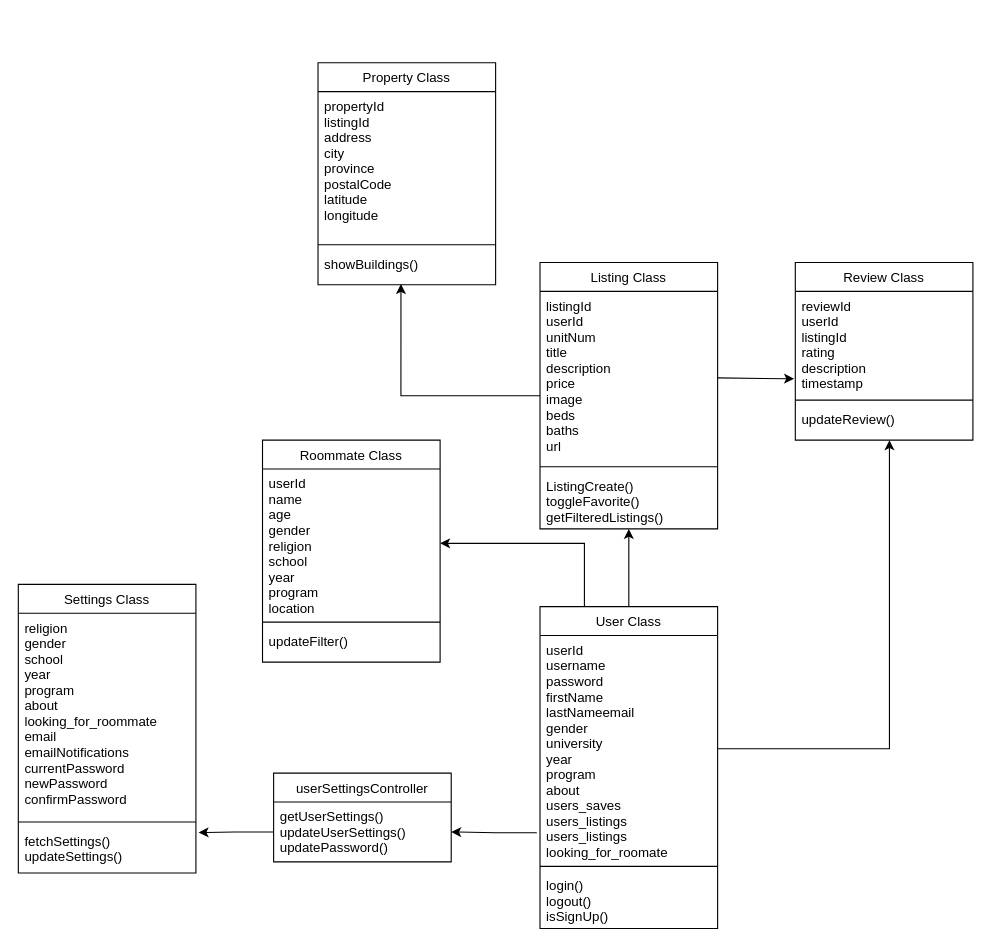
Above: User_Class.drawio in WluNest/Diagrams-and-Charts (draw.io), before the change. Source tidied: cells renumbered, new cells numbered last; positions are measured from the earlier drawing's top-left corner, leaving out a move shared by most shapes. Both pictures are drawn from the tidied source at 111%, with x=0, y=0 at pixel (18, 62).
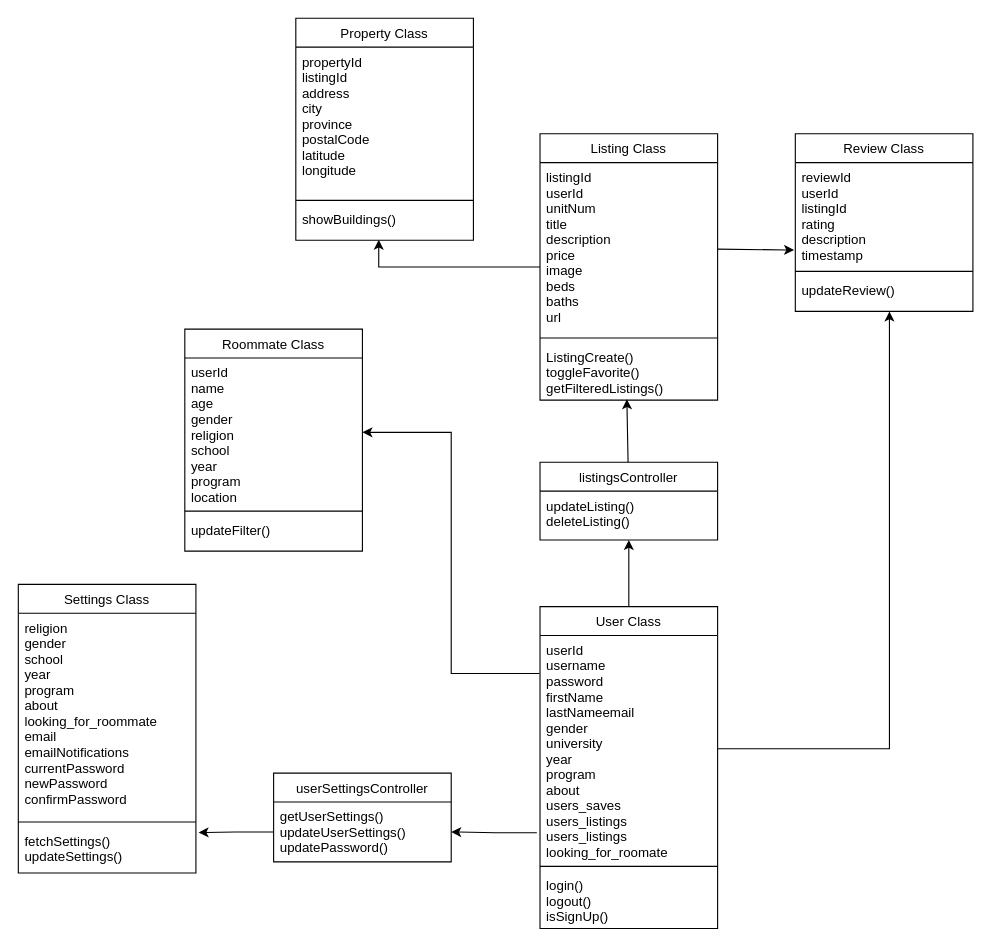
After the change.

Unchanged cells that the change refers to:
```xml
<mxCell id="2" value="User Class" style="swimlane;fontStyle=0;align=center;verticalAlign=top;horizontal=1;startSize=26;rounded=0;shadow=0;strokeWidth=1;" parent="1" vertex="1">
  <mxGeometry x="470" y="490" width="160" height="290" as="geometry" />
</mxCell>
<mxCell id="3" value="userId&#10;username&#10;password&#10;firstName&#10;lastNameemail&#10;gender&#10;university&#10;year&#10;program&#10;about&#10;users_saves&#10;users_listings&#10;users_listings&#10;looking_for_roomate" style="text;align=left;verticalAlign=top;spacingLeft=4;spacingRight=4;overflow=hidden;points=[[0,0.5],[1,0.5]];portConstraint=eastwest;" parent="2" vertex="1">
  <mxGeometry y="26" width="160" height="204" as="geometry" />
</mxCell>
<mxCell id="10" value="ListingCreate()&#10;toggleFavorite()&#10;getFilteredListings()&#10;" style="text;align=left;verticalAlign=top;spacingLeft=4;spacingRight=4;overflow=hidden;points=[[0,0.5],[1,0.5]];portConstraint=eastwest;fontStyle=0;" parent="7" vertex="1">
  <mxGeometry y="188" width="160" height="52" as="geometry" />
</mxCell>
<mxCell id="26" value="userId&#10;name&#10;age&#10;gender&#10;religion&#10;school&#10;year&#10;program&#10;location" style="text;align=left;verticalAlign=top;spacingLeft=4;spacingRight=4;overflow=hidden;points=[[0,0.5],[1,0.5]];portConstraint=eastwest;" parent="25" vertex="1">
  <mxGeometry y="26" width="160" height="134" as="geometry" />
</mxCell>
```

What changed in the source:
```diff
@@
-    <mxCell id="6" style="edgeStyle=orthogonalEdgeStyle;rounded=0;jettySize=auto;html=1;exitX=0.5;exitY=0;exitDx=0;exitDy=0;" parent="1" edge="1" source="2" target="7">
-      <mxGeometry relative="1" as="geometry" />
-    </mxCell>
     <mxCell id="7" value="Listing Class" style="swimlane;fontStyle=0;align=center;verticalAlign=top;horizontal=1;startSize=26;rounded=0;shadow=0;strokeWidth=1;" parent="1" vertex="1">
-      <mxGeometry x="470" y="180" width="160" height="240" as="geometry" />
+      <mxGeometry x="470" y="64" width="160" height="240" as="geometry" />
     </mxCell>
@@
     <mxCell id="13" value="Review Class" style="swimlane;fontStyle=0;align=center;verticalAlign=top;horizontal=1;startSize=26;rounded=0;shadow=0;strokeWidth=1;" parent="1" vertex="1">
-      <mxGeometry x="700" y="180" width="160" height="160" as="geometry" />
+      <mxGeometry x="700" y="64" width="160" height="160" as="geometry" />
     </mxCell>
@@
     <mxCell id="19" value="Property Class" style="swimlane;fontStyle=0;align=center;verticalAlign=top;horizontal=1;startSize=26;rounded=0;shadow=0;strokeWidth=1;" parent="1" vertex="1">
-      <mxGeometry x="270" width="160" height="200" as="geometry" />
+      <mxGeometry x="250" y="-40" width="160" height="200" as="geometry" />
     </mxCell>
@@
     <mxCell id="25" value="Roommate Class" style="swimlane;fontStyle=0;align=center;verticalAlign=top;horizontal=1;startSize=26;rounded=0;shadow=0;strokeWidth=1;" parent="1" vertex="1">
-      <mxGeometry x="220" y="340" width="160" height="200" as="geometry" />
+      <mxGeometry x="150" y="240" width="160" height="200" as="geometry" />
     </mxCell>
@@
-    <mxCell id="29" style="edgeStyle=orthogonalEdgeStyle;rounded=0;jettySize=auto;html=1;exitX=0.25;exitY=0;exitDx=0;exitDy=0;" parent="1" edge="1" source="2" target="26">
-      <mxGeometry relative="1" as="geometry" />
-    </mxCell>
@@
+    <mxCell id="35" style="edgeStyle=orthogonalEdgeStyle;rounded=0;jettySize=auto;html=1;exitX=-0.003;exitY=0.168;exitDx=0;exitDy=0;exitPerimeter=0;" parent="1" edge="1" source="3" target="26">
+      <mxGeometry relative="1" as="geometry" />
+    </mxCell>
+    <mxCell id="36" style="edgeStyle=orthogonalEdgeStyle;rounded=0;jettySize=auto;html=1;exitX=0.5;exitY=0;exitDx=0;exitDy=0;" parent="1" edge="1" source="2" target="37">
+      <mxGeometry relative="1" as="geometry" />
+    </mxCell>
+    <mxCell id="37" value="listingsController" style="swimlane;fontStyle=0;align=center;verticalAlign=top;horizontal=1;startSize=26;rounded=0;shadow=0;strokeWidth=1;" parent="1" vertex="1">
+      <mxGeometry x="470" y="360" width="160" height="70" as="geometry" />
+    </mxCell>
+    <mxCell id="38" value="updateListing()&#10;deleteListing()" style="text;align=left;verticalAlign=top;spacingLeft=4;spacingRight=4;overflow=hidden;fontStyle=0;" parent="37" vertex="1">
+      <mxGeometry y="26" width="160" height="44" as="geometry" />
+    </mxCell>
+    <mxCell id="39" style="rounded=0;jettySize=auto;html=1;entryX=0.489;entryY=0.984;entryDx=0;entryDy=0;entryPerimeter=0;" parent="1" edge="1" source="37" target="10">
+      <mxGeometry relative="1" as="geometry" />
+    </mxCell>
```
